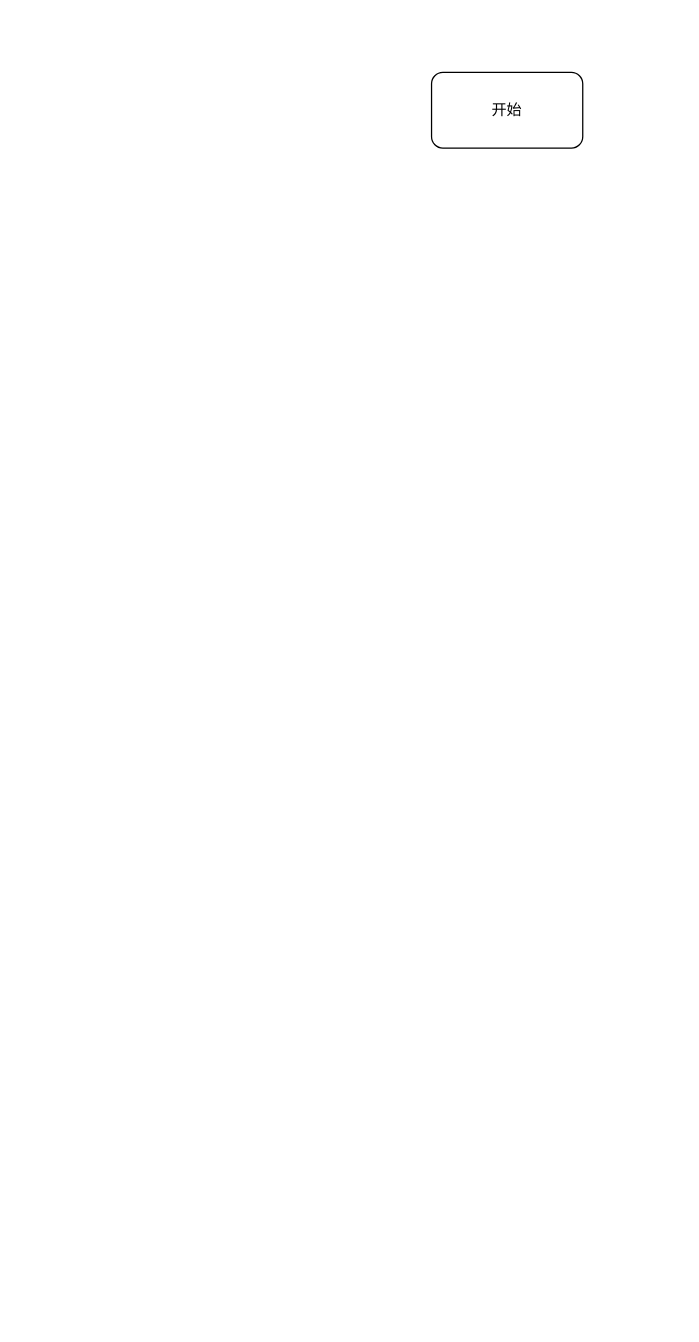
Before: 618浮层一镜到底.drawio in ETHAN0430/draw.io.repo, a draw.io diagram. Source tidied: cells renumbered, new cells numbered last; positions are measured from the earlier drawing's top-left corner, leaving out a move shared by most shapes. Both pictures are drawn from the tidied source at 126%, with x=0, y=0 at pixel (431, 72).
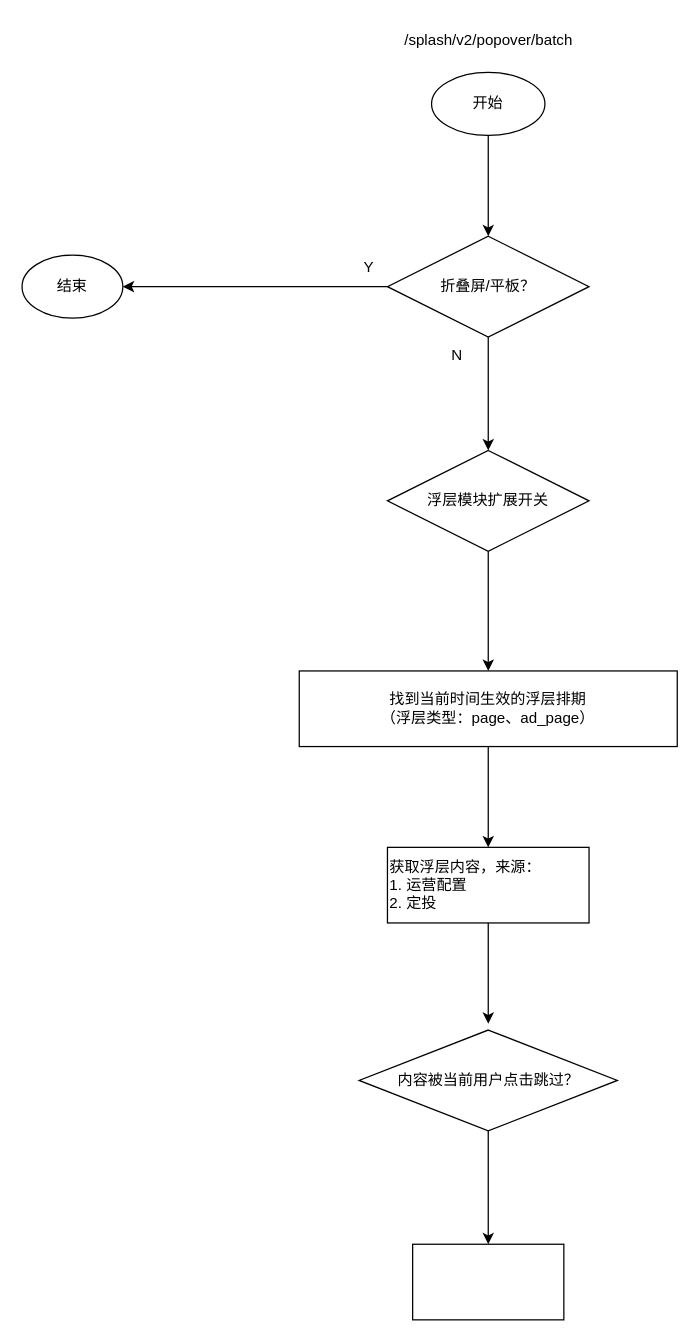
The same diagram, later.

Commit message:
更新618浮层一镜到底.drawio

Change to the diagram source:
```diff
@@
+    <mxCell id="3" style="edgeStyle=orthogonalEdgeStyle;rounded=0;jettySize=auto;html=1;entryX=0.5;entryY=0;entryDx=0;entryDy=0;" parent="1" edge="1" source="2" target="7">
+      <mxGeometry relative="1" as="geometry" />
+    </mxCell>
-    <mxCell id="2" value="开始" style="rounded=1;whiteSpace=wrap;html=1;" parent="1" vertex="1">
-      <mxGeometry width="120" height="60" as="geometry" />
+    <mxCell id="2" value="开始" style="ellipse;whiteSpace=wrap;html=1;" parent="1" vertex="1">
+      <mxGeometry width="90" height="50" as="geometry" />
     </mxCell>
+    <mxCell id="4" value="/splash/v2/popover/batch" style="text;html=1;align=center;verticalAlign=middle;strokeColor=none;fillColor=none;" parent="1" vertex="1">
+      <mxGeometry x="-35" y="-40" width="160" height="30" as="geometry" />
+    </mxCell>
+    <mxCell id="5" style="edgeStyle=orthogonalEdgeStyle;rounded=0;jettySize=auto;html=1;" parent="1" edge="1" source="7" target="8">
+      <mxGeometry relative="1" as="geometry" />
+    </mxCell>
+    <mxCell id="6" style="edgeStyle=orthogonalEdgeStyle;rounded=0;jettySize=auto;html=1;" parent="1" edge="1" source="7">
+      <mxGeometry relative="1" as="geometry">
+        <mxPoint x="45" y="300" as="targetPoint" />
+      </mxGeometry>
+    </mxCell>
+    <mxCell id="7" value="折叠屏/平板？" style="rhombus;whiteSpace=wrap;html=1;" parent="1" vertex="1">
+      <mxGeometry x="-35" y="130" width="160" height="80" as="geometry" />
+    </mxCell>
+    <mxCell id="8" value="结束" style="ellipse;whiteSpace=wrap;html=1;" parent="1" vertex="1">
+      <mxGeometry x="-325" y="145" width="80" height="50" as="geometry" />
+    </mxCell>
+    <mxCell id="9" value="Y" style="text;html=1;align=center;verticalAlign=middle;strokeColor=none;fillColor=none;" parent="1" vertex="1">
+      <mxGeometry x="-65" y="140" width="30" height="30" as="geometry" />
+    </mxCell>
+    <mxCell id="10" value="N" style="text;html=1;align=center;verticalAlign=middle;strokeColor=none;fillColor=none;" parent="1" vertex="1">
+      <mxGeometry x="5" y="210" width="30" height="30" as="geometry" />
+    </mxCell>
+    <mxCell id="11" style="edgeStyle=orthogonalEdgeStyle;rounded=0;jettySize=auto;html=1;" parent="1" edge="1" source="12" target="14">
+      <mxGeometry relative="1" as="geometry" />
+    </mxCell>
+    <mxCell id="12" value="浮层模块扩展开关" style="rhombus;whiteSpace=wrap;html=1;" parent="1" vertex="1">
+      <mxGeometry x="-35" y="300" width="160" height="80" as="geometry" />
+    </mxCell>
+    <mxCell id="13" style="edgeStyle=orthogonalEdgeStyle;rounded=0;jettySize=auto;html=1;" parent="1" edge="1" source="14" target="16">
+      <mxGeometry relative="1" as="geometry" />
+    </mxCell>
+    <mxCell id="14" value="找到当前时间生效的浮层排期&lt;br&gt;（浮层类型：page、ad_page）" style="whiteSpace=wrap;html=1;" parent="1" vertex="1">
+      <mxGeometry x="-105" y="475" width="300" height="60" as="geometry" />
+    </mxCell>
+    <mxCell id="15" style="edgeStyle=orthogonalEdgeStyle;rounded=0;jettySize=auto;html=1;" parent="1" edge="1" source="16">
+      <mxGeometry relative="1" as="geometry">
+        <mxPoint x="45" y="755" as="targetPoint" />
+      </mxGeometry>
+    </mxCell>
+    <mxCell id="16" value="获取浮层内容，来源：&lt;br&gt;1. 运营配置&lt;br&gt;2. 定投" style="whiteSpace=wrap;html=1;align=left;" parent="1" vertex="1">
+      <mxGeometry x="-35" y="615" width="160" height="60" as="geometry" />
+    </mxCell>
+    <mxCell id="17" style="edgeStyle=orthogonalEdgeStyle;rounded=0;jettySize=auto;html=1;" parent="1" edge="1" source="18" target="19">
+      <mxGeometry relative="1" as="geometry" />
+    </mxCell>
+    <mxCell id="18" value="内容被当前用户点击跳过？" style="rhombus;whiteSpace=wrap;html=1;" parent="1" vertex="1">
+      <mxGeometry x="-57.5" y="760" width="205" height="80" as="geometry" />
+    </mxCell>
+    <mxCell id="19" style="whiteSpace=wrap;html=1;" parent="1" vertex="1">
+      <mxGeometry x="-15" y="930" width="120" height="60" as="geometry" />
+    </mxCell>
```
